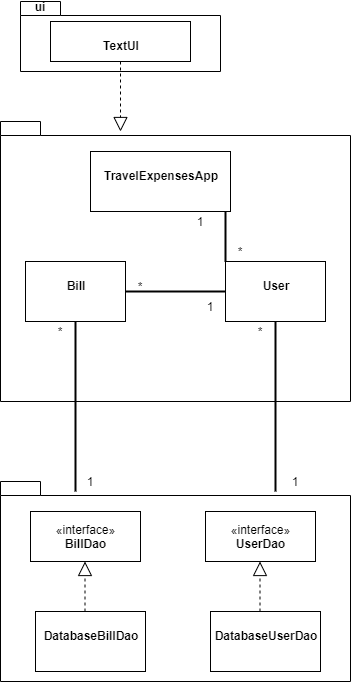
The draw.io diagram dokumentaatio/package_chart.png in AgdaHTH/matkalasku, before a commit. Source tidied: cells renumbered, new cells last; positions are measured from the earlier drawing's top-left corner, leaving out a move shared by most shapes.
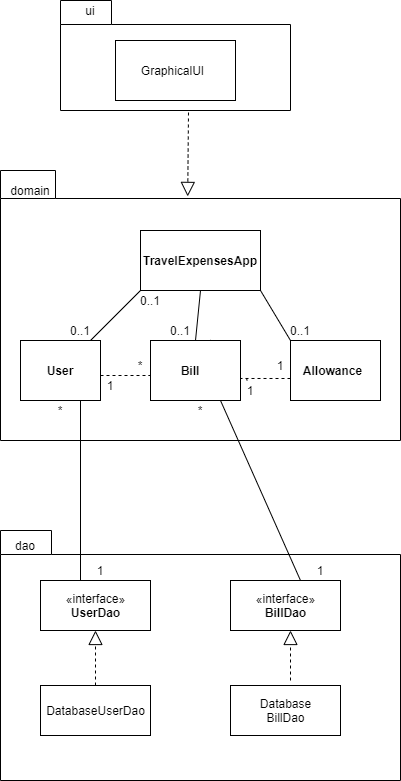
Above is the later version.

The edit, as a diff of the source:
```diff
@@ -2,94 +2,159 @@
   <root>
     <mxCell id="0" />
     <mxCell id="1" parent="0" />
-    <mxCell id="2" style="shape=folder;fontStyle=1;spacingTop=10;tabWidth=40;tabHeight=14;tabPosition=left;html=1;" parent="1" vertex="1">
-      <mxGeometry x="20" width="200" height="70" as="geometry" />
-    </mxCell>
+    <mxCell id="29" value="package" style="shape=folder;fontStyle=1;spacingTop=10;tabWidth=51;tabHeight=24;tabPosition=left;html=1;" parent="1" vertex="1">
+      <mxGeometry x="10" y="10" width="230" height="110" as="geometry" />
+    </mxCell>
-    <mxCell id="3" value="ui" style="text;align=center;fontStyle=1;verticalAlign=middle;spacingLeft=3;spacingRight=3;strokeColor=none;" parent="1" vertex="1">
-      <mxGeometry x="10" width="60" height="10" as="geometry" />
+    <mxCell id="3" value="ui" style="text;html=1;strokeColor=none;fillColor=none;align=center;verticalAlign=middle;whiteSpace=wrap;rounded=0;" parent="1" vertex="1">
+      <mxGeometry x="20" y="10" width="40" height="20" as="geometry" />
     </mxCell>
-    <mxCell id="4" style="shape=folder;fontStyle=1;spacingTop=10;tabWidth=40;tabHeight=14;tabPosition=left;html=1;" parent="1" vertex="1">
-      <mxGeometry y="120" width="350" height="280" as="geometry" />
-    </mxCell>
-    <mxCell id="5" style="endArrow=block;dashed=1;endFill=0;endSize=12;html=1;exitX=0.5;exitY=1;exitDx=0;exitDy=0;" parent="1" edge="1" source="22">
-      <mxGeometry relative="1" as="geometry">
-        <mxPoint x="120" y="130" as="targetPoint" />
-      </mxGeometry>
-    </mxCell>
+    <mxCell id="30" style="shape=folder;fontStyle=1;spacingTop=10;tabWidth=55;tabHeight=28;tabPosition=left;html=1;" parent="1" vertex="1">
+      <mxGeometry x="-50" y="180" width="400" height="270" as="geometry" />
+    </mxCell>
+    <mxCell id="31" style="shape=folder;fontStyle=1;spacingTop=10;tabWidth=51;tabHeight=24;tabPosition=left;html=1;" parent="1" vertex="1">
+      <mxGeometry x="-50" y="540" width="400" height="250" as="geometry" />
+    </mxCell>
+    <mxCell id="32" value="domain" style="text;html=1;strokeColor=none;fillColor=none;align=center;verticalAlign=middle;whiteSpace=wrap;rounded=0;" parent="1" vertex="1">
+      <mxGeometry x="-40" y="190" width="40" height="20" as="geometry" />
+    </mxCell>
+    <mxCell id="33" style="rounded=0;whiteSpace=wrap;html=1;" parent="1" vertex="1">
+      <mxGeometry x="65" y="50" width="120" height="60" as="geometry" />
+    </mxCell>
+    <mxCell id="34" value="GraphicalUI" style="text;html=1;strokeColor=none;fillColor=none;align=center;verticalAlign=middle;whiteSpace=wrap;rounded=0;" parent="1" vertex="1">
+      <mxGeometry x="105" y="70" width="35" height="20" as="geometry" />
+    </mxCell>
+    <mxCell id="35" style="rounded=0;whiteSpace=wrap;html=1;" parent="1" vertex="1">
+      <mxGeometry x="90" y="240" width="120" height="60" as="geometry" />
+    </mxCell>
+    <mxCell id="36" style="rounded=0;whiteSpace=wrap;html=1;" parent="1" vertex="1">
+      <mxGeometry x="-30" y="350" width="80" height="60" as="geometry" />
+    </mxCell>
+    <mxCell id="37" style="rounded=0;whiteSpace=wrap;html=1;" parent="1" vertex="1">
+      <mxGeometry x="100" y="350" width="90" height="60" as="geometry" />
+    </mxCell>
+    <mxCell id="38" style="rounded=0;whiteSpace=wrap;html=1;" parent="1" vertex="1">
+      <mxGeometry x="240" y="350" width="90" height="60" as="geometry" />
+    </mxCell>
-    <mxCell id="6" value="&lt;p style=&quot;margin: 0px ; margin-top: 4px ; text-align: center&quot;&gt;&lt;br&gt;&lt;b&gt;TravelExpensesApp&lt;/b&gt;&lt;/p&gt;" style="verticalAlign=top;align=left;overflow=fill;fontSize=12;fontFamily=Helvetica;html=1;" parent="1" vertex="1">
-      <mxGeometry x="90" y="150" width="140" height="60" as="geometry" />
+    <mxCell id="6" value="&lt;b&gt;TravelExpensesApp&lt;/b&gt;" style="text;html=1;strokeColor=none;fillColor=none;align=center;verticalAlign=middle;whiteSpace=wrap;rounded=0;" parent="1" vertex="1">
+      <mxGeometry x="90" y="260" width="120" height="20" as="geometry" />
     </mxCell>
+    <mxCell id="39" style="endArrow=none;html=1;" parent="1" edge="1">
+      <mxGeometry relative="1" as="geometry">
+        <mxPoint x="40" y="350" as="sourcePoint" />
+        <mxPoint x="90" y="300" as="targetPoint" />
+      </mxGeometry>
+    </mxCell>
+    <mxCell id="40" style="endArrow=none;html=1;entryX=1;entryY=1;entryDx=0;entryDy=0;" parent="1" edge="1" target="35">
+      <mxGeometry relative="1" as="geometry">
+        <mxPoint x="240" y="350" as="sourcePoint" />
+      </mxGeometry>
+    </mxCell>
+    <mxCell id="8" value="&lt;b&gt;User&lt;/b&gt;" style="text;html=1;strokeColor=none;fillColor=none;align=center;verticalAlign=middle;whiteSpace=wrap;rounded=0;" parent="1" vertex="1">
+      <mxGeometry x="-20" y="370" width="60" height="20" as="geometry" />
+    </mxCell>
-    <mxCell id="7" value="&lt;p style=&quot;margin: 0px ; margin-top: 4px ; text-align: center&quot;&gt;&lt;br&gt;&lt;b&gt;Bill&lt;/b&gt;&lt;/p&gt;" style="verticalAlign=top;align=left;overflow=fill;fontSize=12;fontFamily=Helvetica;html=1;" parent="1" vertex="1">
-      <mxGeometry x="25" y="260" width="100" height="60" as="geometry" />
+    <mxCell id="7" value="&lt;b&gt;Bill&lt;/b&gt;" style="text;html=1;strokeColor=none;fillColor=none;align=center;verticalAlign=middle;whiteSpace=wrap;rounded=0;" parent="1" vertex="1">
+      <mxGeometry x="120" y="370" width="40" height="20" as="geometry" />
     </mxCell>
-    <mxCell id="8" value="&lt;p style=&quot;margin: 0px ; margin-top: 4px ; text-align: center&quot;&gt;&lt;br&gt;&lt;b&gt;User&lt;/b&gt;&lt;/p&gt;" style="verticalAlign=top;align=left;overflow=fill;fontSize=12;fontFamily=Helvetica;html=1;" parent="1" vertex="1">
-      <mxGeometry x="225" y="260" width="100" height="60" as="geometry" />
-    </mxCell>
-    <mxCell id="9" style="line;strokeWidth=2;html=1;" parent="1" vertex="1">
-      <mxGeometry x="125" y="285" width="100" height="10" as="geometry" />
-    </mxCell>
-    <mxCell id="10" style="line;strokeWidth=2;direction=south;html=1;" parent="1" vertex="1">
-      <mxGeometry x="220" y="210" width="10" height="50" as="geometry" />
-    </mxCell>
-    <mxCell id="11" style="shape=folder;fontStyle=1;spacingTop=10;tabWidth=40;tabHeight=14;tabPosition=left;html=1;" parent="1" vertex="1">
-      <mxGeometry y="480" width="350" height="200" as="geometry" />
-    </mxCell>
-    <mxCell id="12" value="&lt;p style=&quot;margin: 0px ; margin-top: 4px ; text-align: center&quot;&gt;&lt;br&gt;&lt;b&gt;DatabaseUserDao&lt;/b&gt;&lt;/p&gt;" style="verticalAlign=top;align=left;overflow=fill;fontSize=12;fontFamily=Helvetica;html=1;" parent="1" vertex="1">
-      <mxGeometry x="210" y="610" width="110" height="60" as="geometry" />
-    </mxCell>
-    <mxCell id="13" value="&lt;p style=&quot;margin: 0px ; margin-top: 4px ; text-align: center&quot;&gt;&lt;br&gt;&lt;b&gt;DatabaseBillDao&lt;/b&gt;&lt;/p&gt;" style="verticalAlign=top;align=left;overflow=fill;fontSize=12;fontFamily=Helvetica;html=1;" parent="1" vertex="1">
-      <mxGeometry x="35" y="610" width="110" height="60" as="geometry" />
-    </mxCell>
+    <mxCell id="41" value="&lt;b&gt;Allowance&lt;/b&gt;" style="text;html=1;strokeColor=none;fillColor=none;align=center;verticalAlign=middle;whiteSpace=wrap;rounded=0;" parent="1" vertex="1">
+      <mxGeometry x="250" y="370" width="65" height="20" as="geometry" />
+    </mxCell>
+    <mxCell id="42" value="dao" style="text;html=1;strokeColor=none;fillColor=none;align=center;verticalAlign=middle;whiteSpace=wrap;rounded=0;" parent="1" vertex="1">
+      <mxGeometry x="-50" y="540" width="50" height="30" as="geometry" />
+    </mxCell>
     <mxCell id="14" value="«interface»&lt;br&gt;&lt;b&gt;BillDao&lt;/b&gt;" style="html=1;" parent="1" vertex="1">
-      <mxGeometry x="30" y="510" width="110" height="50" as="geometry" />
+      <mxGeometry x="180" y="590" width="110" height="50" as="geometry" />
     </mxCell>
     <mxCell id="15" value="«interface»&lt;br&gt;&lt;b&gt;UserDao&lt;/b&gt;" style="html=1;" parent="1" vertex="1">
-      <mxGeometry x="205" y="510" width="110" height="50" as="geometry" />
+      <mxGeometry x="-10" y="590" width="110" height="50" as="geometry" />
     </mxCell>
-    <mxCell id="16" style="endArrow=block;dashed=1;endFill=0;endSize=12;html=1;" parent="1" edge="1">
-      <mxGeometry relative="1" as="geometry">
-        <mxPoint x="259.5" y="610" as="sourcePoint" />
-        <mxPoint x="259.5" y="560" as="targetPoint" />
-      </mxGeometry>
-    </mxCell>
-    <mxCell id="17" style="endArrow=block;dashed=1;endFill=0;endSize=12;html=1;" parent="1" edge="1">
-      <mxGeometry relative="1" as="geometry">
-        <mxPoint x="84.5" y="610" as="sourcePoint" />
-        <mxPoint x="84.5" y="560" as="targetPoint" />
-      </mxGeometry>
-    </mxCell>
-    <mxCell id="18" value="1" style="text;html=1;strokeColor=none;fillColor=none;align=center;verticalAlign=middle;whiteSpace=wrap;rounded=0;" parent="1" vertex="1">
-      <mxGeometry x="180" y="210" width="40" height="20" as="geometry" />
-    </mxCell>
-    <mxCell id="19" value="*" style="text;html=1;strokeColor=none;fillColor=none;align=center;verticalAlign=middle;whiteSpace=wrap;rounded=0;" parent="1" vertex="1">
-      <mxGeometry x="220" y="240" width="40" height="20" as="geometry" />
-    </mxCell>
-    <mxCell id="20" value="1" style="text;html=1;strokeColor=none;fillColor=none;align=center;verticalAlign=middle;whiteSpace=wrap;rounded=0;" parent="1" vertex="1">
-      <mxGeometry x="190" y="295" width="40" height="20" as="geometry" />
-    </mxCell>
-    <mxCell id="21" value="*" style="text;html=1;strokeColor=none;fillColor=none;align=center;verticalAlign=middle;whiteSpace=wrap;rounded=0;" parent="1" vertex="1">
-      <mxGeometry x="120" y="275" width="40" height="20" as="geometry" />
-    </mxCell>
-    <mxCell id="22" value="&lt;p style=&quot;margin: 0px ; margin-top: 4px ; text-align: center&quot;&gt;&lt;br&gt;&lt;b&gt;TextUI&lt;/b&gt;&lt;/p&gt;" style="verticalAlign=top;align=left;overflow=fill;fontSize=12;fontFamily=Helvetica;html=1;" parent="1" vertex="1">
-      <mxGeometry x="50" y="20" width="140" height="40" as="geometry" />
-    </mxCell>
-    <mxCell id="23" style="line;strokeWidth=2;direction=south;html=1;" parent="1" vertex="1">
-      <mxGeometry x="70" y="320" width="10" height="170" as="geometry" />
-    </mxCell>
-    <mxCell id="24" style="line;strokeWidth=2;direction=south;html=1;" parent="1" vertex="1">
-      <mxGeometry x="270" y="320" width="10" height="170" as="geometry" />
-    </mxCell>
-    <mxCell id="25" value="*" style="text;html=1;strokeColor=none;fillColor=none;align=center;verticalAlign=middle;whiteSpace=wrap;rounded=0;" parent="1" vertex="1">
-      <mxGeometry x="40" y="320" width="40" height="20" as="geometry" />
-    </mxCell>
-    <mxCell id="26" value="1" style="text;html=1;strokeColor=none;fillColor=none;align=center;verticalAlign=middle;whiteSpace=wrap;rounded=0;" parent="1" vertex="1">
-      <mxGeometry x="70" y="470" width="40" height="20" as="geometry" />
-    </mxCell>
-    <mxCell id="27" value="*" style="text;html=1;strokeColor=none;fillColor=none;align=center;verticalAlign=middle;whiteSpace=wrap;rounded=0;" parent="1" vertex="1">
-      <mxGeometry x="240" y="320" width="40" height="20" as="geometry" />
-    </mxCell>
-    <mxCell id="28" value="1" style="text;html=1;strokeColor=none;fillColor=none;align=center;verticalAlign=middle;whiteSpace=wrap;rounded=0;" parent="1" vertex="1">
-      <mxGeometry x="275" y="470" width="40" height="20" as="geometry" />
-    </mxCell>
+    <mxCell id="12" value="DatabaseUserDao" style="html=1;" parent="1" vertex="1">
+      <mxGeometry x="-10" y="695" width="110" height="50" as="geometry" />
+    </mxCell>
+    <mxCell id="43" value="Database&lt;br&gt;BillDao" style="html=1;" parent="1" vertex="1">
+      <mxGeometry x="180" y="695" width="110" height="50" as="geometry" />
+    </mxCell>
+    <mxCell id="44" style="endArrow=block;dashed=1;endFill=0;endSize=12;html=1;entryX=0.468;entryY=0.096;entryDx=0;entryDy=0;entryPerimeter=0;" parent="1" edge="1" target="30">
+      <mxGeometry relative="1" as="geometry">
+        <mxPoint x="138" y="122" as="sourcePoint" />
+      </mxGeometry>
+    </mxCell>
+    <mxCell id="45" style="endArrow=block;dashed=1;endFill=0;endSize=12;html=1;exitX=0.5;exitY=0;exitDx=0;exitDy=0;entryX=0.5;entryY=1;entryDx=0;entryDy=0;" parent="1" edge="1" source="12" target="15">
+      <mxGeometry relative="1" as="geometry" />
+    </mxCell>
+    <mxCell id="46" style="endArrow=block;dashed=1;endFill=0;endSize=12;html=1;" parent="1" edge="1">
+      <mxGeometry relative="1" as="geometry">
+        <mxPoint x="240" y="690" as="sourcePoint" />
+        <mxPoint x="240" y="640" as="targetPoint" />
+      </mxGeometry>
+    </mxCell>
+    <mxCell id="47" style="endArrow=none;html=1;exitX=0.2;exitY=0.2;exitDx=0;exitDy=0;exitPerimeter=0;entryX=0.75;entryY=1;entryDx=0;entryDy=0;" parent="1" edge="1" source="31" target="36">
+      <mxGeometry relative="1" as="geometry" />
+    </mxCell>
+    <mxCell id="48" style="endArrow=none;html=1;exitX=0.75;exitY=0.2;exitDx=0;exitDy=0;exitPerimeter=0;" parent="1" edge="1" source="31">
+      <mxGeometry relative="1" as="geometry">
+        <mxPoint x="170" y="410" as="targetPoint" />
+      </mxGeometry>
+    </mxCell>
+    <mxCell id="49" style="endArrow=none;dashed=1;html=1;" parent="1" edge="1">
+      <mxGeometry relative="1" as="geometry">
+        <mxPoint x="50" y="385" as="sourcePoint" />
+        <mxPoint x="100" y="385" as="targetPoint" />
+      </mxGeometry>
+    </mxCell>
+    <mxCell id="50" style="endArrow=none;dashed=1;html=1;" parent="1" edge="1">
+      <mxGeometry relative="1" as="geometry">
+        <mxPoint x="196.7" y="390" as="sourcePoint" />
+        <mxPoint x="196" y="388" as="targetPoint" />
+      </mxGeometry>
+    </mxCell>
+    <mxCell id="51" value="1" style="text;html=1;strokeColor=none;fillColor=none;align=center;verticalAlign=middle;whiteSpace=wrap;rounded=0;" parent="1" vertex="1">
+      <mxGeometry x="30" y="570" width="40" height="20" as="geometry" />
+    </mxCell>
+    <mxCell id="52" value="*" style="text;html=1;strokeColor=none;fillColor=none;align=center;verticalAlign=middle;whiteSpace=wrap;rounded=0;" parent="1" vertex="1">
+      <mxGeometry x="-10" y="410" width="40" height="20" as="geometry" />
+    </mxCell>
+    <mxCell id="53" value="1" style="text;html=1;strokeColor=none;fillColor=none;align=center;verticalAlign=middle;whiteSpace=wrap;rounded=0;" parent="1" vertex="1">
+      <mxGeometry x="250" y="570" width="40" height="20" as="geometry" />
+    </mxCell>
+    <mxCell id="54" value="*" style="text;html=1;strokeColor=none;fillColor=none;align=center;verticalAlign=middle;whiteSpace=wrap;rounded=0;" parent="1" vertex="1">
+      <mxGeometry x="130" y="410" width="40" height="20" as="geometry" />
+    </mxCell>
+    <mxCell id="55" value="*" style="text;html=1;strokeColor=none;fillColor=none;align=center;verticalAlign=middle;whiteSpace=wrap;rounded=0;" parent="1" vertex="1">
+      <mxGeometry x="70" y="365" width="40" height="20" as="geometry" />
+    </mxCell>
+    <mxCell id="56" value="1" style="text;html=1;strokeColor=none;fillColor=none;align=center;verticalAlign=middle;whiteSpace=wrap;rounded=0;" parent="1" vertex="1">
+      <mxGeometry x="40" y="385" width="40" height="20" as="geometry" />
+    </mxCell>
+    <mxCell id="57" value="1" style="text;html=1;strokeColor=none;fillColor=none;align=center;verticalAlign=middle;whiteSpace=wrap;rounded=0;" parent="1" vertex="1">
+      <mxGeometry x="210" y="365" width="40" height="20" as="geometry" />
+    </mxCell>
+    <mxCell id="58" style="endArrow=none;dashed=1;html=1;entryX=1;entryY=0.633;entryDx=0;entryDy=0;entryPerimeter=0;" parent="1" edge="1" target="37">
+      <mxGeometry relative="1" as="geometry">
+        <mxPoint x="240" y="388" as="sourcePoint" />
+      </mxGeometry>
+    </mxCell>
+    <mxCell id="59" value="1" style="text;html=1;strokeColor=none;fillColor=none;align=center;verticalAlign=middle;whiteSpace=wrap;rounded=0;" parent="1" vertex="1">
+      <mxGeometry x="180" y="390" width="40" height="20" as="geometry" />
+    </mxCell>
+    <mxCell id="60" value="0..1" style="text;html=1;strokeColor=none;fillColor=none;align=center;verticalAlign=middle;whiteSpace=wrap;rounded=0;" parent="1" vertex="1">
+      <mxGeometry x="10" y="330" width="40" height="20" as="geometry" />
+    </mxCell>
+    <mxCell id="61" value="0..1" style="text;html=1;strokeColor=none;fillColor=none;align=center;verticalAlign=middle;whiteSpace=wrap;rounded=0;" parent="1" vertex="1">
+      <mxGeometry x="80" y="300" width="40" height="20" as="geometry" />
+    </mxCell>
+    <mxCell id="62" value="0..1" style="text;html=1;strokeColor=none;fillColor=none;align=center;verticalAlign=middle;whiteSpace=wrap;rounded=0;" parent="1" vertex="1">
+      <mxGeometry x="110" y="330" width="40" height="20" as="geometry" />
+    </mxCell>
+    <mxCell id="63" style="endArrow=none;html=1;exitX=0.664;exitY=-0.006;exitDx=0;exitDy=0;exitPerimeter=0;" parent="1" edge="1" source="37">
+      <mxGeometry relative="1" as="geometry">
+        <mxPoint x="160.1" y="350" as="targetPoint" />
+      </mxGeometry>
+    </mxCell>
+    <mxCell id="64" style="endArrow=none;html=1;entryX=0.5;entryY=1;entryDx=0;entryDy=0;exitX=0.5;exitY=0;exitDx=0;exitDy=0;" parent="1" edge="1" source="37" target="35">
+      <mxGeometry relative="1" as="geometry" />
+    </mxCell>
+    <mxCell id="65" value="0..1" style="text;html=1;strokeColor=none;fillColor=none;align=center;verticalAlign=middle;whiteSpace=wrap;rounded=0;" parent="1" vertex="1">
+      <mxGeometry x="230" y="330" width="40" height="20" as="geometry" />
+    </mxCell>
   </root>
 </mxGraphModel>
```
